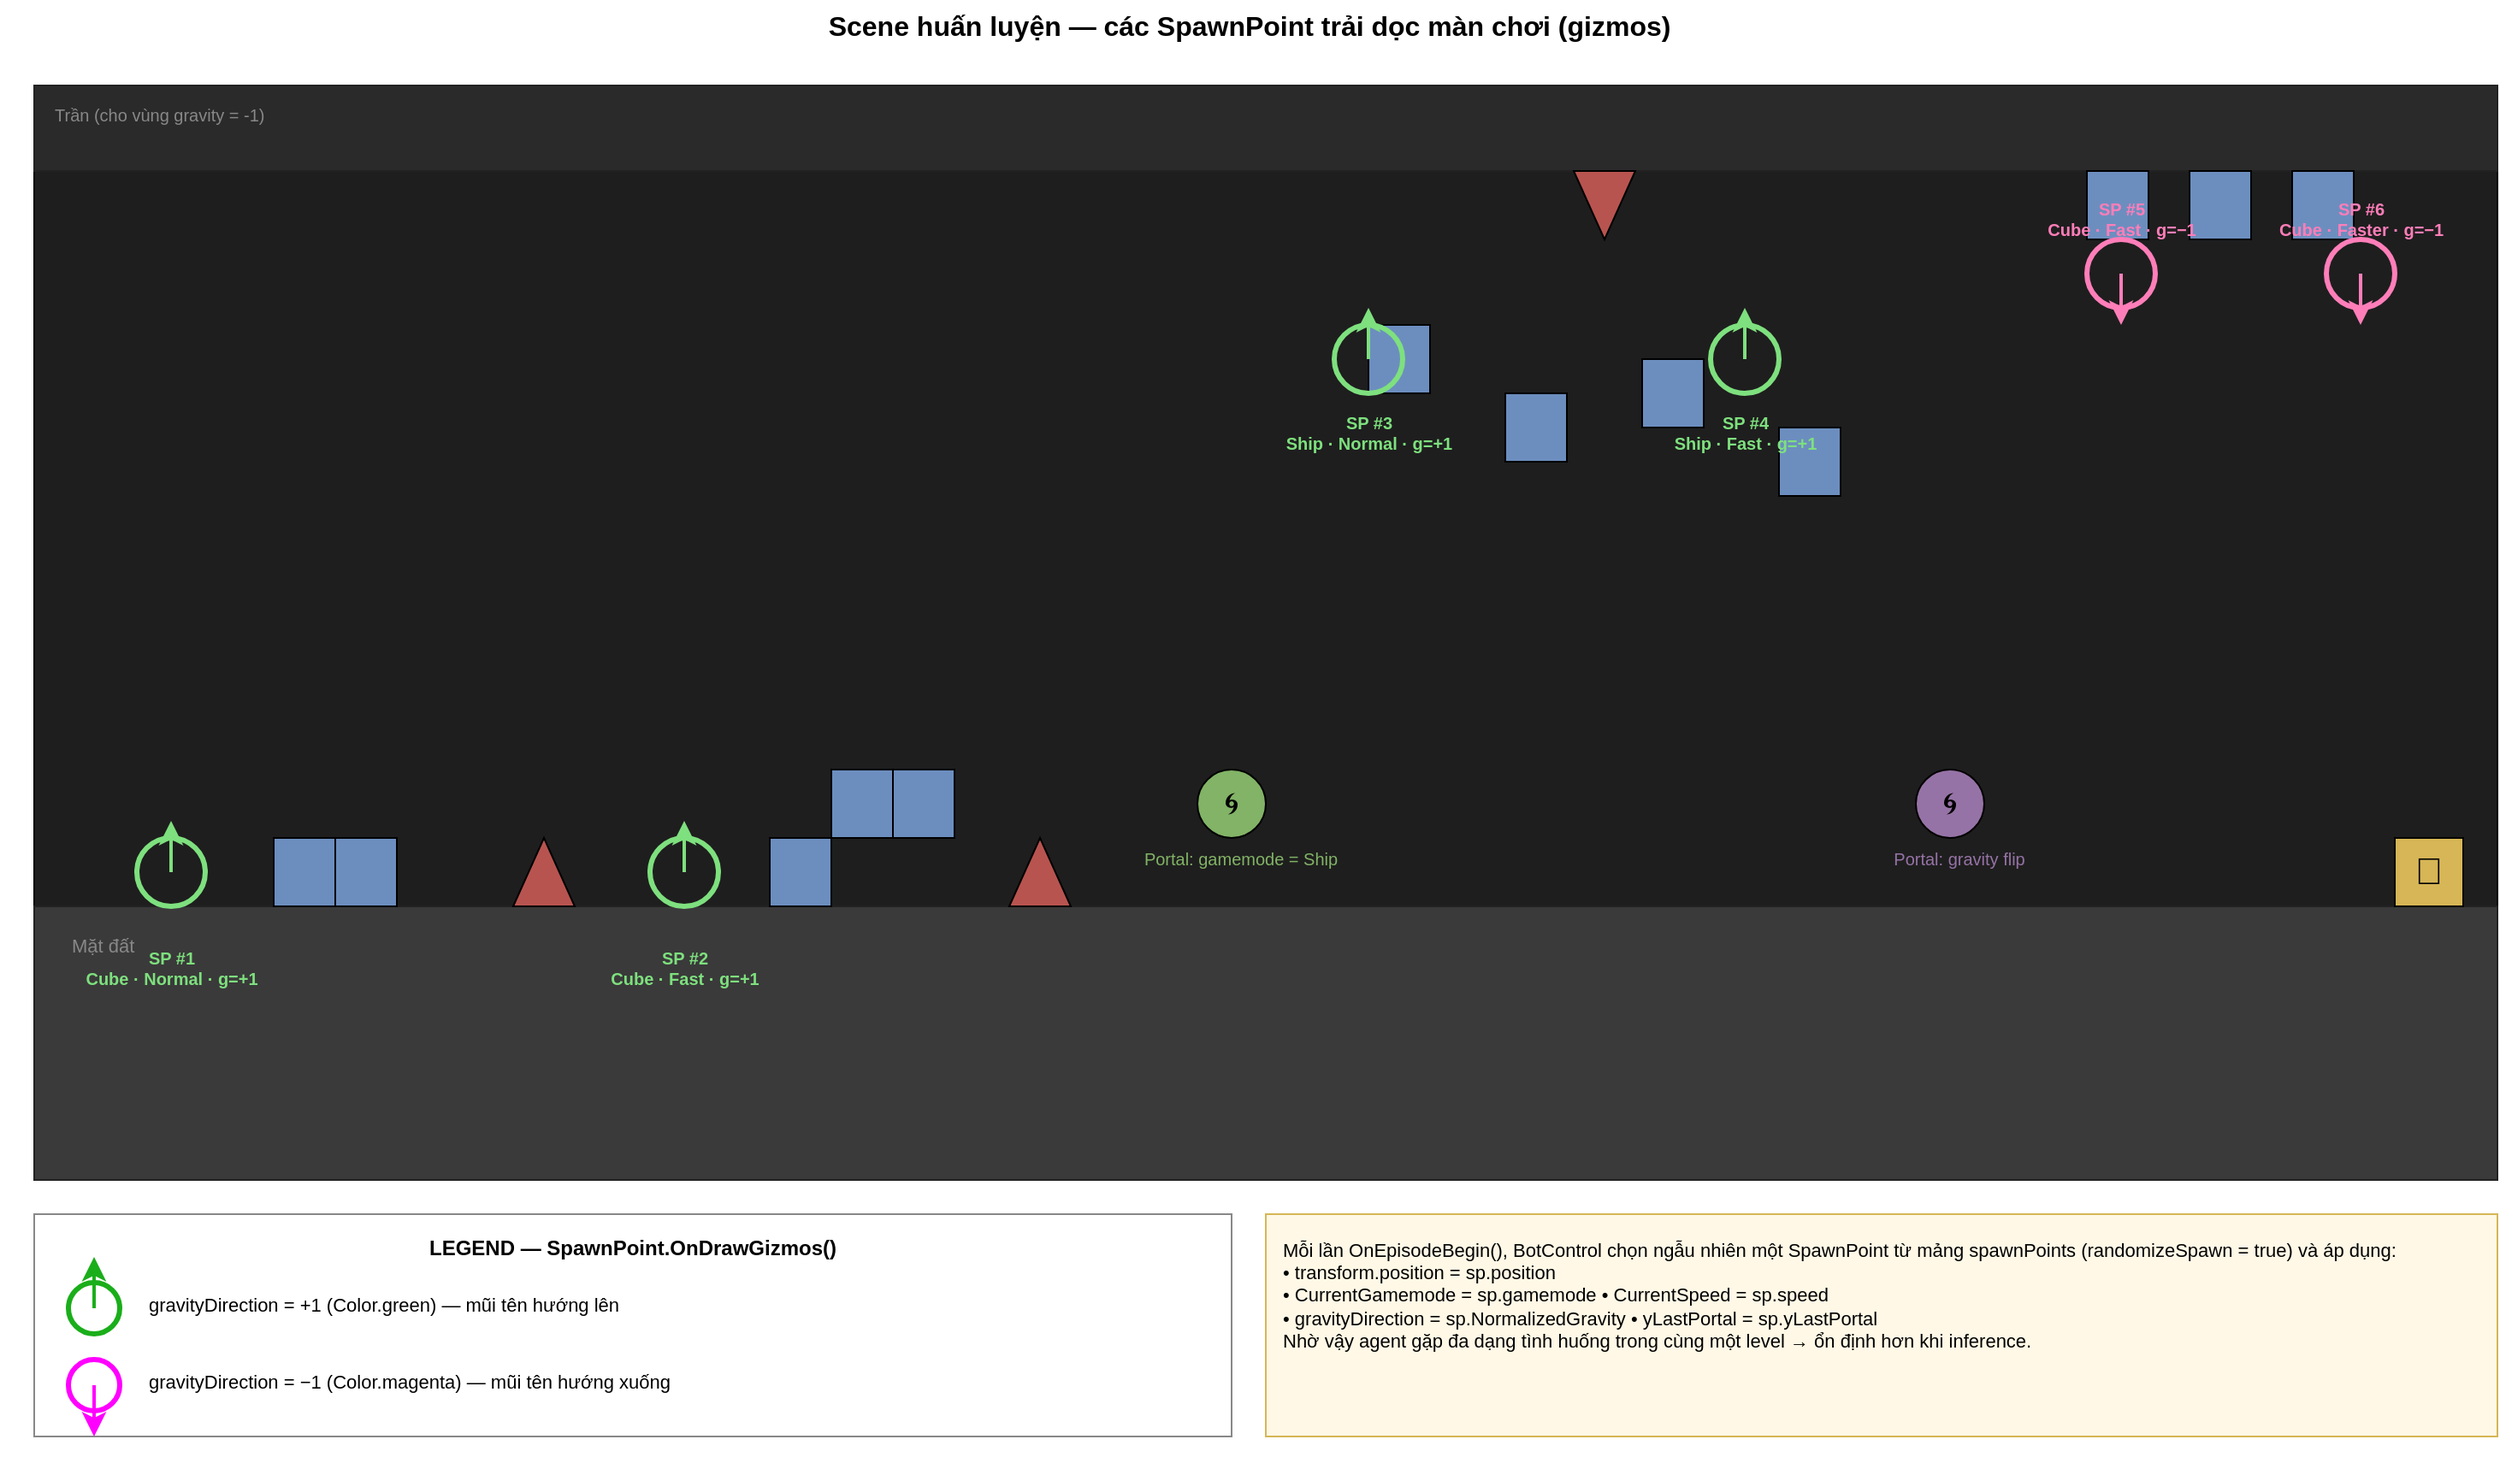
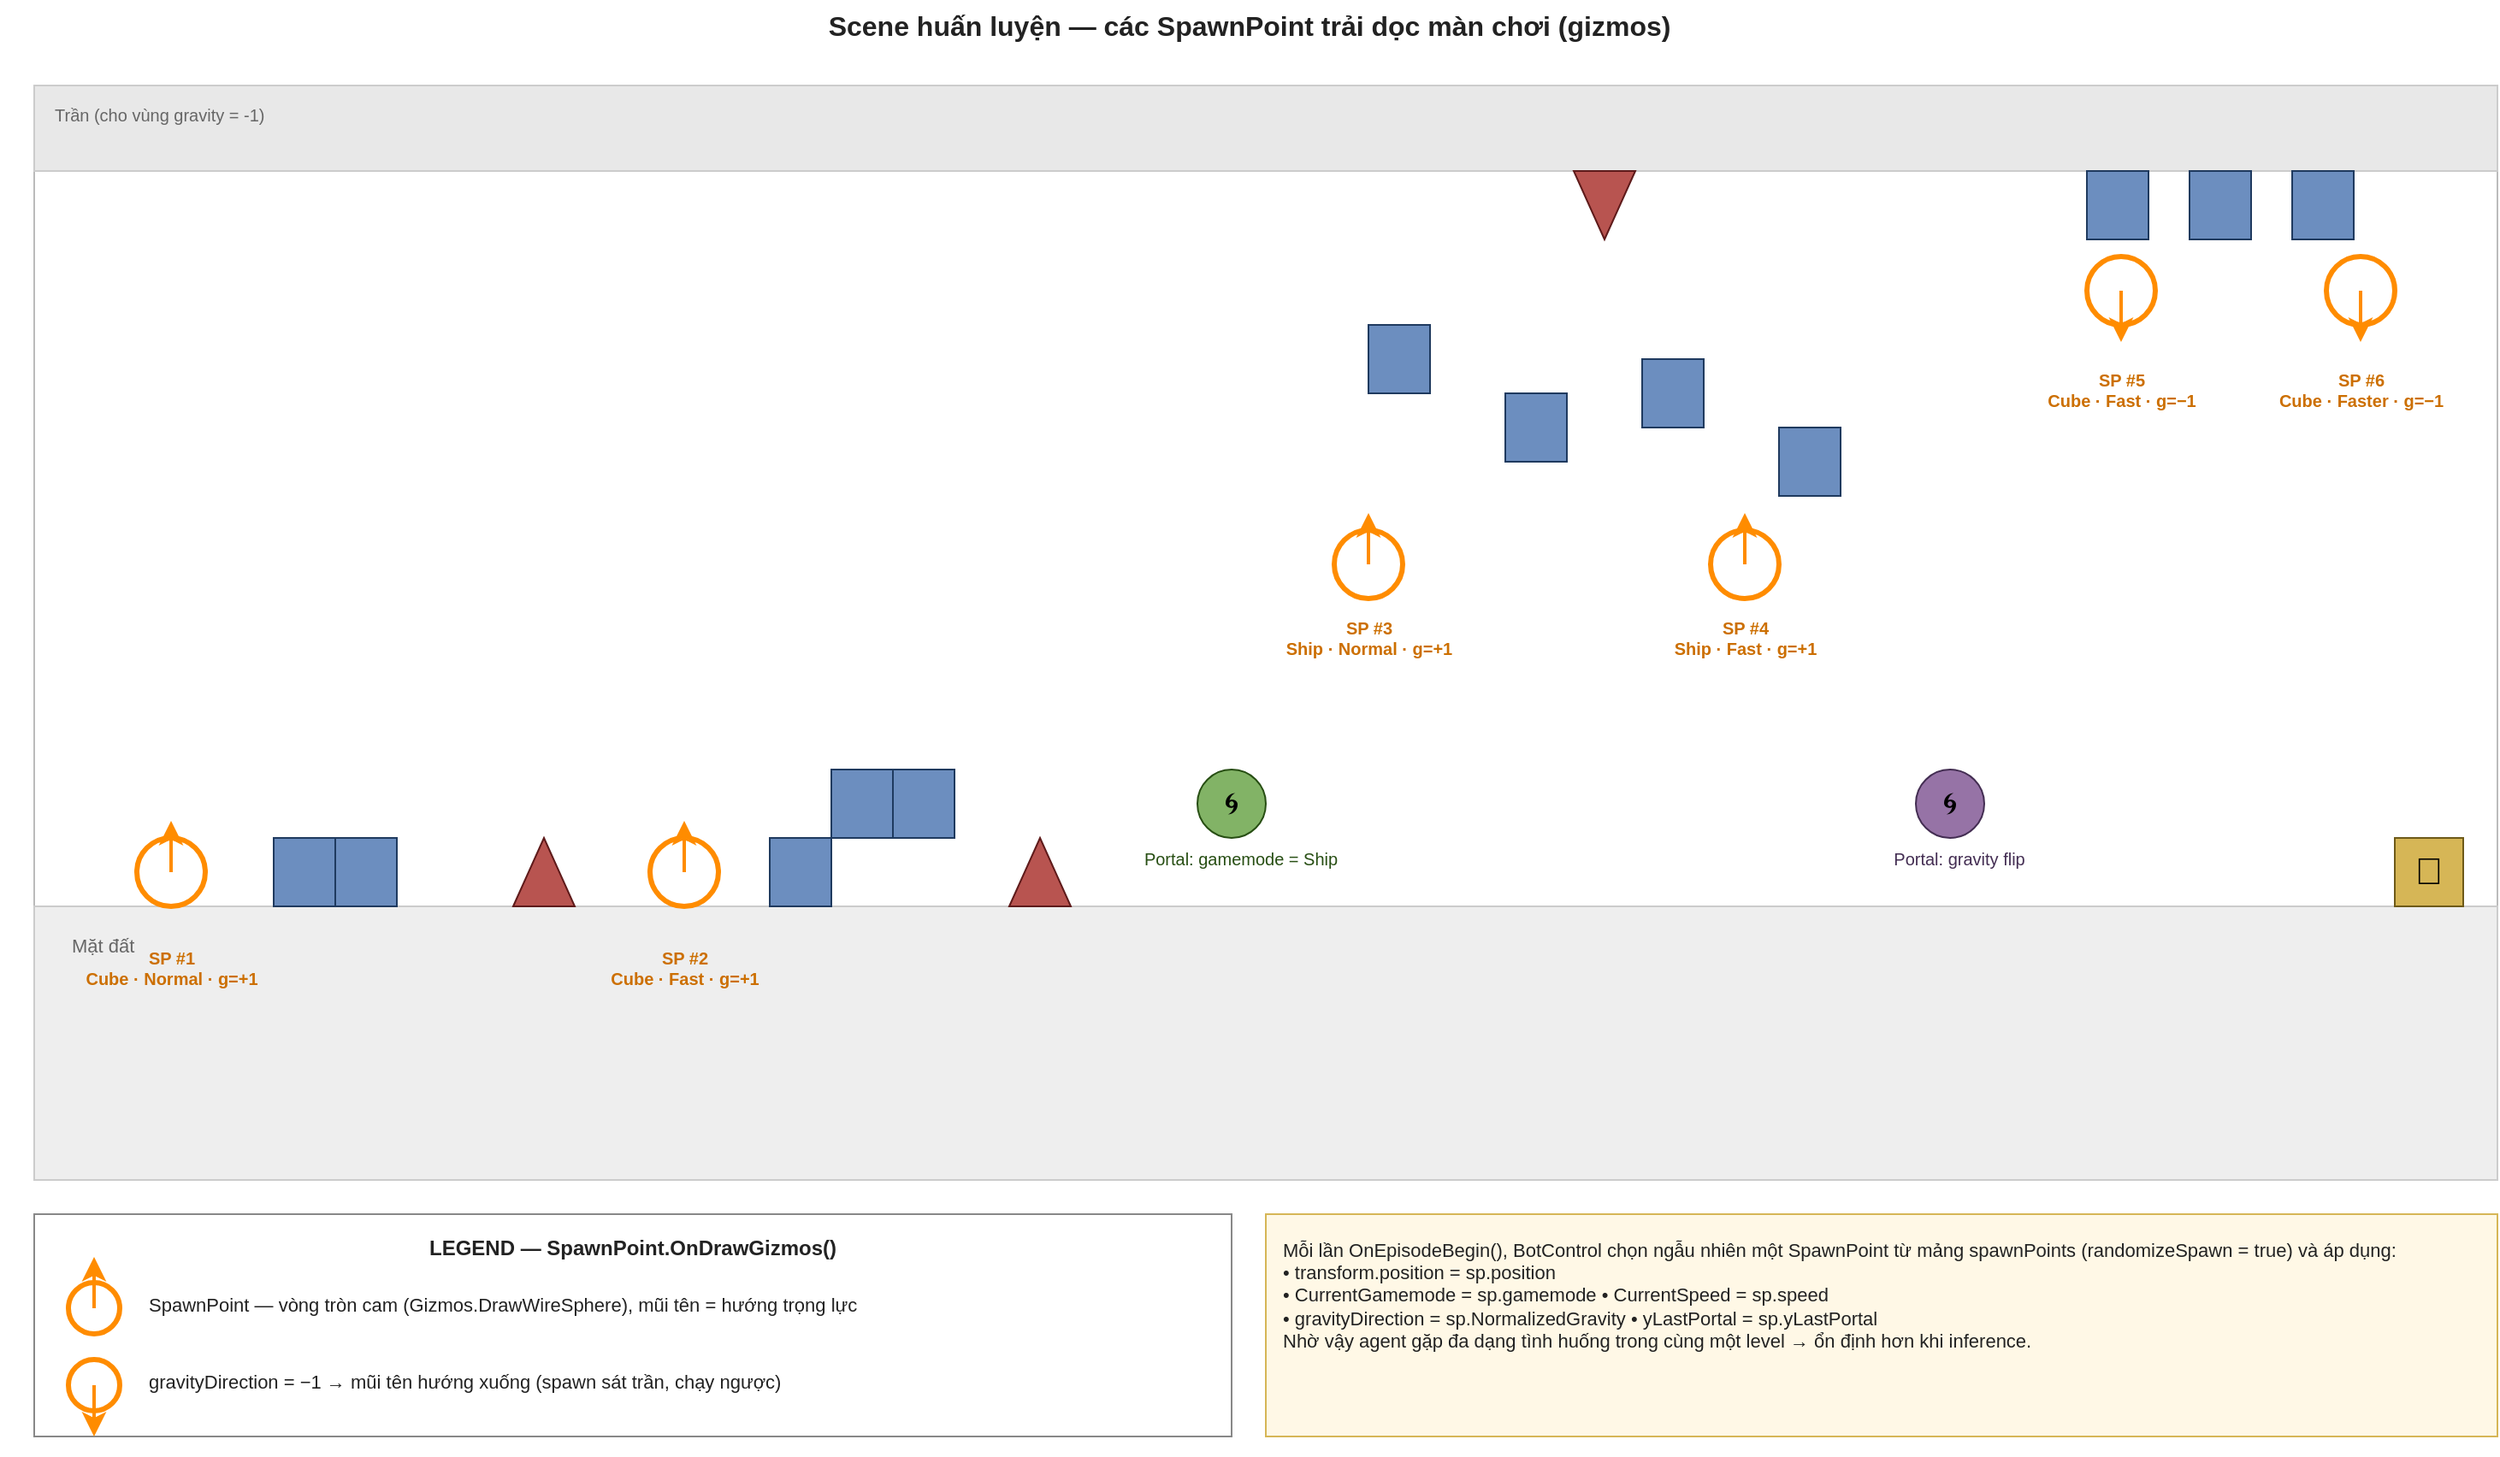
<mxfile host="app.diagrams.net" agent="Claude Code" version="24.0.0">
  <diagram name="Training Scene - SpawnPoints" id="train-scene">
-     <mxGraphModel dx="1500" dy="900" grid="1" gridSize="10" guides="1" tooltips="1" connect="1" arrows="1" fold="1" page="1" pageScale="1" pageWidth="1500" pageHeight="900" math="0" shadow="0">
+     <mxGraphModel dx="1500" dy="900" grid="0" gridSize="10" guides="1" tooltips="1" connect="1" arrows="1" fold="1" page="1" pageScale="1" pageWidth="1500" pageHeight="900" math="0" shadow="0">
      <root>
        <mxCell id="0"/>
        <mxCell id="1" parent="0"/>

-         <mxCell id="title" value="Scene huấn luyện — các SpawnPoint trải dọc màn chơi (gizmos)" style="text;html=1;align=center;verticalAlign=middle;fontStyle=1;fontSize=16;" vertex="1" parent="1">
+         <mxCell id="title" value="Scene huấn luyện — các SpawnPoint trải dọc màn chơi (gizmos)" style="text;html=1;align=center;verticalAlign=middle;fontStyle=1;fontSize=16;fontColor=#222222;" vertex="1" parent="1">
          <mxGeometry x="20" y="10" width="1460" height="30" as="geometry"/>
        </mxCell>

-         <mxCell id="scene" value="" style="rounded=0;whiteSpace=wrap;html=1;fillColor=#1e1e1e;strokeColor=#000000;" vertex="1" parent="1">
+         <mxCell id="scene" value="" style="rounded=0;whiteSpace=wrap;html=1;fillColor=#ffffff;strokeColor=#bbbbbb;strokeWidth=1;" vertex="1" parent="1">
          <mxGeometry x="40" y="60" width="1440" height="640" as="geometry"/>
        </mxCell>

-         <mxCell id="ceil" value="" style="rounded=0;whiteSpace=wrap;html=1;fillColor=#2a2a2a;strokeColor=#222222;" vertex="1" parent="1">
+         <mxCell id="ceil" value="" style="rounded=0;whiteSpace=wrap;html=1;fillColor=#e8e8e8;strokeColor=#cccccc;" vertex="1" parent="1">
          <mxGeometry x="40" y="60" width="1440" height="50" as="geometry"/>
        </mxCell>
-         <mxCell id="ceil_lbl" value="Trần (cho vùng gravity = -1)" style="text;html=1;fontColor=#888888;fontSize=10;" vertex="1" parent="1">
+         <mxCell id="ceil_lbl" value="Trần (cho vùng gravity = -1)" style="text;html=1;fontColor=#666666;fontSize=10;" vertex="1" parent="1">
          <mxGeometry x="50" y="65" width="200" height="20" as="geometry"/>
        </mxCell>

-         <mxCell id="ground" value="" style="rounded=0;whiteSpace=wrap;html=1;fillColor=#3a3a3a;strokeColor=#222222;" vertex="1" parent="1">
+         <mxCell id="ground" value="" style="rounded=0;whiteSpace=wrap;html=1;fillColor=#eeeeee;strokeColor=#cccccc;" vertex="1" parent="1">
          <mxGeometry x="40" y="540" width="1440" height="160" as="geometry"/>
        </mxCell>
-         <mxCell id="ground_lbl" value="Mặt đất" style="text;html=1;fontColor=#888888;fontSize=11;" vertex="1" parent="1">
+         <mxCell id="ground_lbl" value="Mặt đất" style="text;html=1;fontColor=#666666;fontSize=11;" vertex="1" parent="1">
          <mxGeometry x="60" y="550" width="100" height="20" as="geometry"/>
        </mxCell>

-         <mxCell id="b_a1" value="" style="rounded=0;whiteSpace=wrap;html=1;fillColor=#6c8ebf;strokeColor=#000000;" vertex="1" parent="1"><mxGeometry x="180" y="500" width="36" height="40" as="geometry"/></mxCell>
-         <mxCell id="b_a2" value="" style="rounded=0;whiteSpace=wrap;html=1;fillColor=#6c8ebf;strokeColor=#000000;" vertex="1" parent="1"><mxGeometry x="216" y="500" width="36" height="40" as="geometry"/></mxCell>
-         <mxCell id="sp_a" value="" style="triangle;direction=north;whiteSpace=wrap;html=1;fillColor=#b85450;strokeColor=#000000;" vertex="1" parent="1"><mxGeometry x="320" y="500" width="36" height="40" as="geometry"/></mxCell>
+         <mxCell id="b_a1" value="" style="rounded=0;whiteSpace=wrap;html=1;fillColor=#6c8ebf;strokeColor=#1f3a5f;" vertex="1" parent="1"><mxGeometry x="180" y="500" width="36" height="40" as="geometry"/></mxCell>
+         <mxCell id="b_a2" value="" style="rounded=0;whiteSpace=wrap;html=1;fillColor=#6c8ebf;strokeColor=#1f3a5f;" vertex="1" parent="1"><mxGeometry x="216" y="500" width="36" height="40" as="geometry"/></mxCell>
+         <mxCell id="sp_a" value="" style="triangle;direction=north;whiteSpace=wrap;html=1;fillColor=#b85450;strokeColor=#5e1a1a;" vertex="1" parent="1"><mxGeometry x="320" y="500" width="36" height="40" as="geometry"/></mxCell>

-         <mxCell id="b_b1" value="" style="rounded=0;whiteSpace=wrap;html=1;fillColor=#6c8ebf;strokeColor=#000000;" vertex="1" parent="1"><mxGeometry x="470" y="500" width="36" height="40" as="geometry"/></mxCell>
-         <mxCell id="b_b2" value="" style="rounded=0;whiteSpace=wrap;html=1;fillColor=#6c8ebf;strokeColor=#000000;" vertex="1" parent="1"><mxGeometry x="506" y="460" width="36" height="40" as="geometry"/></mxCell>
-         <mxCell id="b_b3" value="" style="rounded=0;whiteSpace=wrap;html=1;fillColor=#6c8ebf;strokeColor=#000000;" vertex="1" parent="1"><mxGeometry x="542" y="460" width="36" height="40" as="geometry"/></mxCell>
-         <mxCell id="sp_b" value="" style="triangle;direction=north;whiteSpace=wrap;html=1;fillColor=#b85450;strokeColor=#000000;" vertex="1" parent="1"><mxGeometry x="610" y="500" width="36" height="40" as="geometry"/></mxCell>
+         <mxCell id="b_b1" value="" style="rounded=0;whiteSpace=wrap;html=1;fillColor=#6c8ebf;strokeColor=#1f3a5f;" vertex="1" parent="1"><mxGeometry x="470" y="500" width="36" height="40" as="geometry"/></mxCell>
+         <mxCell id="b_b2" value="" style="rounded=0;whiteSpace=wrap;html=1;fillColor=#6c8ebf;strokeColor=#1f3a5f;" vertex="1" parent="1"><mxGeometry x="506" y="460" width="36" height="40" as="geometry"/></mxCell>
+         <mxCell id="b_b3" value="" style="rounded=0;whiteSpace=wrap;html=1;fillColor=#6c8ebf;strokeColor=#1f3a5f;" vertex="1" parent="1"><mxGeometry x="542" y="460" width="36" height="40" as="geometry"/></mxCell>
+         <mxCell id="sp_b" value="" style="triangle;direction=north;whiteSpace=wrap;html=1;fillColor=#b85450;strokeColor=#5e1a1a;" vertex="1" parent="1"><mxGeometry x="610" y="500" width="36" height="40" as="geometry"/></mxCell>

-         <mxCell id="portal1" value="🌀" style="ellipse;whiteSpace=wrap;html=1;fillColor=#82b366;strokeColor=#000000;fontSize=18;" vertex="1" parent="1"><mxGeometry x="720" y="460" width="40" height="40" as="geometry"/></mxCell>
-         <mxCell id="portal_lbl1" value="Portal: gamemode = Ship" style="text;html=1;fontColor=#82b366;fontSize=10;align=center;" vertex="1" parent="1"><mxGeometry x="685" y="500" width="120" height="20" as="geometry"/></mxCell>
+         <mxCell id="portal1" value="🌀" style="ellipse;whiteSpace=wrap;html=1;fillColor=#82b366;strokeColor=#274e13;fontSize=18;" vertex="1" parent="1"><mxGeometry x="720" y="460" width="40" height="40" as="geometry"/></mxCell>
+         <mxCell id="portal_lbl1" value="Portal: gamemode = Ship" style="text;html=1;fontColor=#274e13;fontSize=10;align=center;" vertex="1" parent="1"><mxGeometry x="685" y="500" width="120" height="20" as="geometry"/></mxCell>

-         <mxCell id="b_c1" value="" style="rounded=0;whiteSpace=wrap;html=1;fillColor=#6c8ebf;strokeColor=#000000;" vertex="1" parent="1"><mxGeometry x="820" y="200" width="36" height="40" as="geometry"/></mxCell>
-         <mxCell id="b_c2" value="" style="rounded=0;whiteSpace=wrap;html=1;fillColor=#6c8ebf;strokeColor=#000000;" vertex="1" parent="1"><mxGeometry x="900" y="240" width="36" height="40" as="geometry"/></mxCell>
-         <mxCell id="b_c3" value="" style="rounded=0;whiteSpace=wrap;html=1;fillColor=#6c8ebf;strokeColor=#000000;" vertex="1" parent="1"><mxGeometry x="980" y="220" width="36" height="40" as="geometry"/></mxCell>
-         <mxCell id="b_c4" value="" style="rounded=0;whiteSpace=wrap;html=1;fillColor=#6c8ebf;strokeColor=#000000;" vertex="1" parent="1"><mxGeometry x="1060" y="260" width="36" height="40" as="geometry"/></mxCell>
-         <mxCell id="sp_c1" value="" style="triangle;direction=south;whiteSpace=wrap;html=1;fillColor=#b85450;strokeColor=#000000;" vertex="1" parent="1"><mxGeometry x="940" y="110" width="36" height="40" as="geometry"/></mxCell>
+         <mxCell id="b_c1" value="" style="rounded=0;whiteSpace=wrap;html=1;fillColor=#6c8ebf;strokeColor=#1f3a5f;" vertex="1" parent="1"><mxGeometry x="820" y="200" width="36" height="40" as="geometry"/></mxCell>
+         <mxCell id="b_c2" value="" style="rounded=0;whiteSpace=wrap;html=1;fillColor=#6c8ebf;strokeColor=#1f3a5f;" vertex="1" parent="1"><mxGeometry x="900" y="240" width="36" height="40" as="geometry"/></mxCell>
+         <mxCell id="b_c3" value="" style="rounded=0;whiteSpace=wrap;html=1;fillColor=#6c8ebf;strokeColor=#1f3a5f;" vertex="1" parent="1"><mxGeometry x="980" y="220" width="36" height="40" as="geometry"/></mxCell>
+         <mxCell id="b_c4" value="" style="rounded=0;whiteSpace=wrap;html=1;fillColor=#6c8ebf;strokeColor=#1f3a5f;" vertex="1" parent="1"><mxGeometry x="1060" y="260" width="36" height="40" as="geometry"/></mxCell>
+         <mxCell id="sp_c1" value="" style="triangle;direction=south;whiteSpace=wrap;html=1;fillColor=#b85450;strokeColor=#5e1a1a;" vertex="1" parent="1"><mxGeometry x="940" y="110" width="36" height="40" as="geometry"/></mxCell>

-         <mxCell id="portal2" value="🌀" style="ellipse;whiteSpace=wrap;html=1;fillColor=#9673a6;strokeColor=#000000;fontSize=18;" vertex="1" parent="1"><mxGeometry x="1140" y="460" width="40" height="40" as="geometry"/></mxCell>
-         <mxCell id="portal_lbl2" value="Portal: gravity flip" style="text;html=1;fontColor=#9673a6;fontSize=10;align=center;" vertex="1" parent="1"><mxGeometry x="1105" y="500" width="120" height="20" as="geometry"/></mxCell>
+         <mxCell id="portal2" value="🌀" style="ellipse;whiteSpace=wrap;html=1;fillColor=#9673a6;strokeColor=#432d52;fontSize=18;" vertex="1" parent="1"><mxGeometry x="1140" y="460" width="40" height="40" as="geometry"/></mxCell>
+         <mxCell id="portal_lbl2" value="Portal: gravity flip" style="text;html=1;fontColor=#432d52;fontSize=10;align=center;" vertex="1" parent="1"><mxGeometry x="1105" y="500" width="120" height="20" as="geometry"/></mxCell>

-         <mxCell id="b_d1" value="" style="rounded=0;whiteSpace=wrap;html=1;fillColor=#6c8ebf;strokeColor=#000000;" vertex="1" parent="1"><mxGeometry x="1240" y="110" width="36" height="40" as="geometry"/></mxCell>
-         <mxCell id="b_d2" value="" style="rounded=0;whiteSpace=wrap;html=1;fillColor=#6c8ebf;strokeColor=#000000;" vertex="1" parent="1"><mxGeometry x="1300" y="110" width="36" height="40" as="geometry"/></mxCell>
-         <mxCell id="b_d3" value="" style="rounded=0;whiteSpace=wrap;html=1;fillColor=#6c8ebf;strokeColor=#000000;" vertex="1" parent="1"><mxGeometry x="1360" y="110" width="36" height="40" as="geometry"/></mxCell>
+         <mxCell id="b_d1" value="" style="rounded=0;whiteSpace=wrap;html=1;fillColor=#6c8ebf;strokeColor=#1f3a5f;" vertex="1" parent="1"><mxGeometry x="1240" y="110" width="36" height="40" as="geometry"/></mxCell>
+         <mxCell id="b_d2" value="" style="rounded=0;whiteSpace=wrap;html=1;fillColor=#6c8ebf;strokeColor=#1f3a5f;" vertex="1" parent="1"><mxGeometry x="1300" y="110" width="36" height="40" as="geometry"/></mxCell>
+         <mxCell id="b_d3" value="" style="rounded=0;whiteSpace=wrap;html=1;fillColor=#6c8ebf;strokeColor=#1f3a5f;" vertex="1" parent="1"><mxGeometry x="1360" y="110" width="36" height="40" as="geometry"/></mxCell>

-         <mxCell id="end_block" value="🏁" style="rounded=0;whiteSpace=wrap;html=1;fillColor=#d6b656;strokeColor=#000000;fontSize=22;" vertex="1" parent="1"><mxGeometry x="1420" y="500" width="40" height="40" as="geometry"/></mxCell>
+         <mxCell id="end_block" value="🏁" style="rounded=0;whiteSpace=wrap;html=1;fillColor=#d6b656;strokeColor=#6e5a18;fontSize=22;" vertex="1" parent="1"><mxGeometry x="1420" y="500" width="40" height="40" as="geometry"/></mxCell>

-         <mxCell id="sp1_circle" value="" style="ellipse;whiteSpace=wrap;html=1;fillColor=none;strokeColor=#7ee07e;strokeWidth=3;" vertex="1" parent="1"><mxGeometry x="100" y="500" width="40" height="40" as="geometry"/></mxCell>
-         <mxCell id="sp1_arrow" value="" style="endArrow=classic;html=1;strokeColor=#7ee07e;strokeWidth=2;endSize=8;" edge="1" parent="1"><mxGeometry relative="1" as="geometry"><mxPoint x="120" y="520" as="sourcePoint"/><mxPoint x="120" y="490" as="targetPoint"/></mxGeometry></mxCell>
-         <mxCell id="sp1_lbl" value="SP #1&#10;Cube · Normal · g=+1" style="text;html=1;fontColor=#7ee07e;fontSize=10;fontStyle=1;align=center;" vertex="1" parent="1"><mxGeometry x="50" y="558" width="140" height="30" as="geometry"/></mxCell>
+         <mxCell id="sp1_circle" value="" style="ellipse;whiteSpace=wrap;html=1;fillColor=none;strokeColor=#ff8c00;strokeWidth=3;" vertex="1" parent="1"><mxGeometry x="100" y="500" width="40" height="40" as="geometry"/></mxCell>
+         <mxCell id="sp1_arrow" value="" style="endArrow=classic;html=1;strokeColor=#ff8c00;strokeWidth=2;endSize=8;" edge="1" parent="1"><mxGeometry relative="1" as="geometry"><mxPoint x="120" y="520" as="sourcePoint"/><mxPoint x="120" y="490" as="targetPoint"/></mxGeometry></mxCell>
+         <mxCell id="sp1_lbl" value="SP #1&#10;Cube · Normal · g=+1" style="text;html=1;fontColor=#cc6f00;fontSize=10;fontStyle=1;align=center;" vertex="1" parent="1"><mxGeometry x="50" y="558" width="140" height="30" as="geometry"/></mxCell>

-         <mxCell id="sp2_circle" value="" style="ellipse;whiteSpace=wrap;html=1;fillColor=none;strokeColor=#7ee07e;strokeWidth=3;" vertex="1" parent="1"><mxGeometry x="400" y="500" width="40" height="40" as="geometry"/></mxCell>
-         <mxCell id="sp2_arrow" value="" style="endArrow=classic;html=1;strokeColor=#7ee07e;strokeWidth=2;endSize=8;" edge="1" parent="1"><mxGeometry relative="1" as="geometry"><mxPoint x="420" y="520" as="sourcePoint"/><mxPoint x="420" y="490" as="targetPoint"/></mxGeometry></mxCell>
-         <mxCell id="sp2_lbl" value="SP #2&#10;Cube · Fast · g=+1" style="text;html=1;fontColor=#7ee07e;fontSize=10;fontStyle=1;align=center;" vertex="1" parent="1"><mxGeometry x="350" y="558" width="140" height="30" as="geometry"/></mxCell>
+         <mxCell id="sp2_circle" value="" style="ellipse;whiteSpace=wrap;html=1;fillColor=none;strokeColor=#ff8c00;strokeWidth=3;" vertex="1" parent="1"><mxGeometry x="400" y="500" width="40" height="40" as="geometry"/></mxCell>
+         <mxCell id="sp2_arrow" value="" style="endArrow=classic;html=1;strokeColor=#ff8c00;strokeWidth=2;endSize=8;" edge="1" parent="1"><mxGeometry relative="1" as="geometry"><mxPoint x="420" y="520" as="sourcePoint"/><mxPoint x="420" y="490" as="targetPoint"/></mxGeometry></mxCell>
+         <mxCell id="sp2_lbl" value="SP #2&#10;Cube · Fast · g=+1" style="text;html=1;fontColor=#cc6f00;fontSize=10;fontStyle=1;align=center;" vertex="1" parent="1"><mxGeometry x="350" y="558" width="140" height="30" as="geometry"/></mxCell>

-         <mxCell id="sp3_circle" value="" style="ellipse;whiteSpace=wrap;html=1;fillColor=none;strokeColor=#7ee07e;strokeWidth=3;" vertex="1" parent="1"><mxGeometry x="800" y="200" width="40" height="40" as="geometry"/></mxCell>
-         <mxCell id="sp3_arrow" value="" style="endArrow=classic;html=1;strokeColor=#7ee07e;strokeWidth=2;endSize=8;" edge="1" parent="1"><mxGeometry relative="1" as="geometry"><mxPoint x="820" y="220" as="sourcePoint"/><mxPoint x="820" y="190" as="targetPoint"/></mxGeometry></mxCell>
-         <mxCell id="sp3_lbl" value="SP #3&#10;Ship · Normal · g=+1" style="text;html=1;fontColor=#7ee07e;fontSize=10;fontStyle=1;align=center;" vertex="1" parent="1"><mxGeometry x="750" y="245" width="140" height="30" as="geometry"/></mxCell>
+         <mxCell id="sp3_circle" value="" style="ellipse;whiteSpace=wrap;html=1;fillColor=none;strokeColor=#ff8c00;strokeWidth=3;" vertex="1" parent="1"><mxGeometry x="800" y="320" width="40" height="40" as="geometry"/></mxCell>
+         <mxCell id="sp3_arrow" value="" style="endArrow=classic;html=1;strokeColor=#ff8c00;strokeWidth=2;endSize=8;" edge="1" parent="1"><mxGeometry relative="1" as="geometry"><mxPoint x="820" y="340" as="sourcePoint"/><mxPoint x="820" y="310" as="targetPoint"/></mxGeometry></mxCell>
+         <mxCell id="sp3_lbl" value="SP #3&#10;Ship · Normal · g=+1" style="text;html=1;fontColor=#cc6f00;fontSize=10;fontStyle=1;align=center;" vertex="1" parent="1"><mxGeometry x="750" y="365" width="140" height="30" as="geometry"/></mxCell>

-         <mxCell id="sp4_circle" value="" style="ellipse;whiteSpace=wrap;html=1;fillColor=none;strokeColor=#7ee07e;strokeWidth=3;" vertex="1" parent="1"><mxGeometry x="1020" y="200" width="40" height="40" as="geometry"/></mxCell>
-         <mxCell id="sp4_arrow" value="" style="endArrow=classic;html=1;strokeColor=#7ee07e;strokeWidth=2;endSize=8;" edge="1" parent="1"><mxGeometry relative="1" as="geometry"><mxPoint x="1040" y="220" as="sourcePoint"/><mxPoint x="1040" y="190" as="targetPoint"/></mxGeometry></mxCell>
-         <mxCell id="sp4_lbl" value="SP #4&#10;Ship · Fast · g=+1" style="text;html=1;fontColor=#7ee07e;fontSize=10;fontStyle=1;align=center;" vertex="1" parent="1"><mxGeometry x="970" y="245" width="140" height="30" as="geometry"/></mxCell>
+         <mxCell id="sp4_circle" value="" style="ellipse;whiteSpace=wrap;html=1;fillColor=none;strokeColor=#ff8c00;strokeWidth=3;" vertex="1" parent="1"><mxGeometry x="1020" y="320" width="40" height="40" as="geometry"/></mxCell>
+         <mxCell id="sp4_arrow" value="" style="endArrow=classic;html=1;strokeColor=#ff8c00;strokeWidth=2;endSize=8;" edge="1" parent="1"><mxGeometry relative="1" as="geometry"><mxPoint x="1040" y="340" as="sourcePoint"/><mxPoint x="1040" y="310" as="targetPoint"/></mxGeometry></mxCell>
+         <mxCell id="sp4_lbl" value="SP #4&#10;Ship · Fast · g=+1" style="text;html=1;fontColor=#cc6f00;fontSize=10;fontStyle=1;align=center;" vertex="1" parent="1"><mxGeometry x="970" y="365" width="140" height="30" as="geometry"/></mxCell>

-         <mxCell id="sp5_circle" value="" style="ellipse;whiteSpace=wrap;html=1;fillColor=none;strokeColor=#ff7eb9;strokeWidth=3;" vertex="1" parent="1"><mxGeometry x="1240" y="150" width="40" height="40" as="geometry"/></mxCell>
-         <mxCell id="sp5_arrow" value="" style="endArrow=classic;html=1;strokeColor=#ff7eb9;strokeWidth=2;endSize=8;" edge="1" parent="1"><mxGeometry relative="1" as="geometry"><mxPoint x="1260" y="170" as="sourcePoint"/><mxPoint x="1260" y="200" as="targetPoint"/></mxGeometry></mxCell>
-         <mxCell id="sp5_lbl" value="SP #5&#10;Cube · Fast · g=−1" style="text;html=1;fontColor=#ff7eb9;fontSize=10;fontStyle=1;align=center;" vertex="1" parent="1"><mxGeometry x="1190" y="120" width="140" height="30" as="geometry"/></mxCell>
+         <mxCell id="sp5_circle" value="" style="ellipse;whiteSpace=wrap;html=1;fillColor=none;strokeColor=#ff8c00;strokeWidth=3;" vertex="1" parent="1"><mxGeometry x="1240" y="160" width="40" height="40" as="geometry"/></mxCell>
+         <mxCell id="sp5_arrow" value="" style="endArrow=classic;html=1;strokeColor=#ff8c00;strokeWidth=2;endSize=8;" edge="1" parent="1"><mxGeometry relative="1" as="geometry"><mxPoint x="1260" y="180" as="sourcePoint"/><mxPoint x="1260" y="210" as="targetPoint"/></mxGeometry></mxCell>
+         <mxCell id="sp5_lbl" value="SP #5&#10;Cube · Fast · g=−1" style="text;html=1;fontColor=#cc6f00;fontSize=10;fontStyle=1;align=center;" vertex="1" parent="1"><mxGeometry x="1190" y="220" width="140" height="30" as="geometry"/></mxCell>

-         <mxCell id="sp6_circle" value="" style="ellipse;whiteSpace=wrap;html=1;fillColor=none;strokeColor=#ff7eb9;strokeWidth=3;" vertex="1" parent="1"><mxGeometry x="1380" y="150" width="40" height="40" as="geometry"/></mxCell>
-         <mxCell id="sp6_arrow" value="" style="endArrow=classic;html=1;strokeColor=#ff7eb9;strokeWidth=2;endSize=8;" edge="1" parent="1"><mxGeometry relative="1" as="geometry"><mxPoint x="1400" y="170" as="sourcePoint"/><mxPoint x="1400" y="200" as="targetPoint"/></mxGeometry></mxCell>
-         <mxCell id="sp6_lbl" value="SP #6&#10;Cube · Faster · g=−1" style="text;html=1;fontColor=#ff7eb9;fontSize=10;fontStyle=1;align=center;" vertex="1" parent="1"><mxGeometry x="1330" y="120" width="140" height="30" as="geometry"/></mxCell>
+         <mxCell id="sp6_circle" value="" style="ellipse;whiteSpace=wrap;html=1;fillColor=none;strokeColor=#ff8c00;strokeWidth=3;" vertex="1" parent="1"><mxGeometry x="1380" y="160" width="40" height="40" as="geometry"/></mxCell>
+         <mxCell id="sp6_arrow" value="" style="endArrow=classic;html=1;strokeColor=#ff8c00;strokeWidth=2;endSize=8;" edge="1" parent="1"><mxGeometry relative="1" as="geometry"><mxPoint x="1400" y="180" as="sourcePoint"/><mxPoint x="1400" y="210" as="targetPoint"/></mxGeometry></mxCell>
+         <mxCell id="sp6_lbl" value="SP #6&#10;Cube · Faster · g=−1" style="text;html=1;fontColor=#cc6f00;fontSize=10;fontStyle=1;align=center;" vertex="1" parent="1"><mxGeometry x="1330" y="220" width="140" height="30" as="geometry"/></mxCell>

-         <mxCell id="legend" value="LEGEND — SpawnPoint.OnDrawGizmos()" style="rounded=0;whiteSpace=wrap;html=1;fillColor=#ffffff;strokeColor=#888888;fontStyle=1;fontSize=12;verticalAlign=top;spacing=8;" vertex="1" parent="1">
+         <mxCell id="legend" value="LEGEND — SpawnPoint.OnDrawGizmos()" style="rounded=0;whiteSpace=wrap;html=1;fillColor=#ffffff;strokeColor=#888888;fontStyle=1;fontSize=12;verticalAlign=top;spacing=8;fontColor=#222222;" vertex="1" parent="1">
          <mxGeometry x="40" y="720" width="700" height="130" as="geometry"/>
        </mxCell>

-         <mxCell id="lg_g1" value="" style="ellipse;whiteSpace=wrap;html=1;fillColor=none;strokeColor=#1aae1a;strokeWidth=3;" vertex="1" parent="1"><mxGeometry x="60" y="760" width="30" height="30" as="geometry"/></mxCell>
-         <mxCell id="lg_g1_a" value="" style="endArrow=classic;html=1;strokeColor=#1aae1a;strokeWidth=2;endSize=8;" edge="1" parent="1"><mxGeometry relative="1" as="geometry"><mxPoint x="75" y="775" as="sourcePoint"/><mxPoint x="75" y="745" as="targetPoint"/></mxGeometry></mxCell>
-         <mxCell id="lg_g1_t" value="gravityDirection = +1   (Color.green) — mũi tên hướng lên" style="text;html=1;fontSize=11;align=left;" vertex="1" parent="1"><mxGeometry x="105" y="760" width="600" height="30" as="geometry"/></mxCell>
+         <mxCell id="lg_g1" value="" style="ellipse;whiteSpace=wrap;html=1;fillColor=none;strokeColor=#ff8c00;strokeWidth=3;" vertex="1" parent="1"><mxGeometry x="60" y="760" width="30" height="30" as="geometry"/></mxCell>
+         <mxCell id="lg_g1_a" value="" style="endArrow=classic;html=1;strokeColor=#ff8c00;strokeWidth=2;endSize=8;" edge="1" parent="1"><mxGeometry relative="1" as="geometry"><mxPoint x="75" y="775" as="sourcePoint"/><mxPoint x="75" y="745" as="targetPoint"/></mxGeometry></mxCell>
+         <mxCell id="lg_g1_t" value="SpawnPoint — vòng tròn cam (Gizmos.DrawWireSphere), mũi tên = hướng trọng lực" style="text;html=1;fontSize=11;align=left;fontColor=#222222;" vertex="1" parent="1"><mxGeometry x="105" y="760" width="600" height="30" as="geometry"/></mxCell>

-         <mxCell id="lg_g2" value="" style="ellipse;whiteSpace=wrap;html=1;fillColor=none;strokeColor=#ff00ff;strokeWidth=3;" vertex="1" parent="1"><mxGeometry x="60" y="805" width="30" height="30" as="geometry"/></mxCell>
-         <mxCell id="lg_g2_a" value="" style="endArrow=classic;html=1;strokeColor=#ff00ff;strokeWidth=2;endSize=8;" edge="1" parent="1"><mxGeometry relative="1" as="geometry"><mxPoint x="75" y="820" as="sourcePoint"/><mxPoint x="75" y="850" as="targetPoint"/></mxGeometry></mxCell>
-         <mxCell id="lg_g2_t" value="gravityDirection = −1   (Color.magenta) — mũi tên hướng xuống" style="text;html=1;fontSize=11;align=left;" vertex="1" parent="1"><mxGeometry x="105" y="805" width="600" height="30" as="geometry"/></mxCell>
+         <mxCell id="lg_g2" value="" style="ellipse;whiteSpace=wrap;html=1;fillColor=none;strokeColor=#ff8c00;strokeWidth=3;" vertex="1" parent="1"><mxGeometry x="60" y="805" width="30" height="30" as="geometry"/></mxCell>
+         <mxCell id="lg_g2_a" value="" style="endArrow=classic;html=1;strokeColor=#ff8c00;strokeWidth=2;endSize=8;" edge="1" parent="1"><mxGeometry relative="1" as="geometry"><mxPoint x="75" y="820" as="sourcePoint"/><mxPoint x="75" y="850" as="targetPoint"/></mxGeometry></mxCell>
+         <mxCell id="lg_g2_t" value="gravityDirection = −1  → mũi tên hướng xuống (spawn sát trần, chạy ngược)" style="text;html=1;fontSize=11;align=left;fontColor=#222222;" vertex="1" parent="1"><mxGeometry x="105" y="805" width="600" height="30" as="geometry"/></mxCell>

-         <mxCell id="info" value="Mỗi lần OnEpisodeBegin(), BotControl chọn ngẫu nhiên một SpawnPoint từ mảng spawnPoints (randomizeSpawn = true) và áp dụng:&#10;   • transform.position = sp.position&#10;   • CurrentGamemode = sp.gamemode    • CurrentSpeed = sp.speed&#10;   • gravityDirection = sp.NormalizedGravity    • yLastPortal = sp.yLastPortal&#10;Nhờ vậy agent gặp đa dạng tình huống trong cùng một level → ổn định hơn khi inference." style="rounded=0;whiteSpace=wrap;html=1;fillColor=#fff8e6;strokeColor=#d6b656;fontSize=11;align=left;verticalAlign=top;spacing=10;" vertex="1" parent="1">
+         <mxCell id="info" value="Mỗi lần OnEpisodeBegin(), BotControl chọn ngẫu nhiên một SpawnPoint từ mảng spawnPoints (randomizeSpawn = true) và áp dụng:&#10;   • transform.position = sp.position&#10;   • CurrentGamemode = sp.gamemode    • CurrentSpeed = sp.speed&#10;   • gravityDirection = sp.NormalizedGravity    • yLastPortal = sp.yLastPortal&#10;Nhờ vậy agent gặp đa dạng tình huống trong cùng một level → ổn định hơn khi inference." style="rounded=0;whiteSpace=wrap;html=1;fillColor=#fff8e6;strokeColor=#d6b656;fontSize=11;align=left;verticalAlign=top;spacing=10;fontColor=#222222;" vertex="1" parent="1">
          <mxGeometry x="760" y="720" width="720" height="130" as="geometry"/>
        </mxCell>

      </root>
    </mxGraphModel>
  </diagram>
</mxfile>
